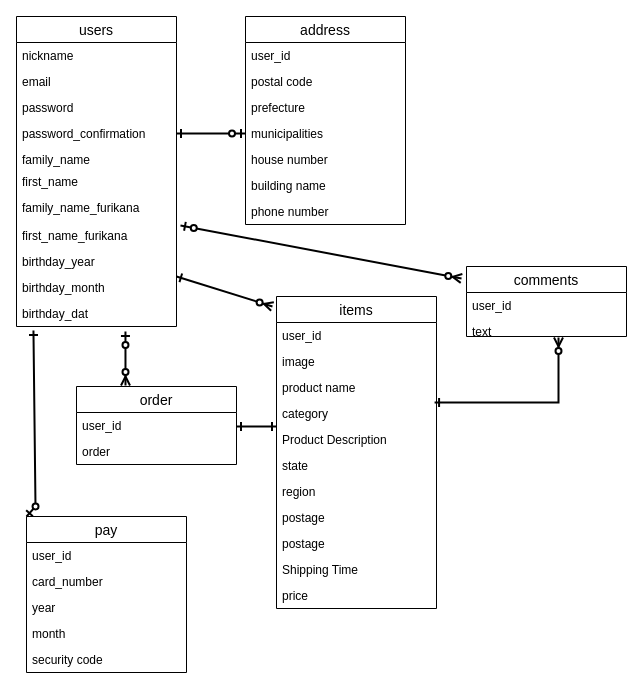
The draw.io diagram furima.dio in yukii5/furima-30416, before the edit. Source tidied: cells renumbered, new cells numbered last; positions are measured from the earlier drawing's top-left corner, leaving out a move shared by most shapes. Both pictures are drawn from the tidied source at 100%, with x=0, y=0 at pixel (16, 16).
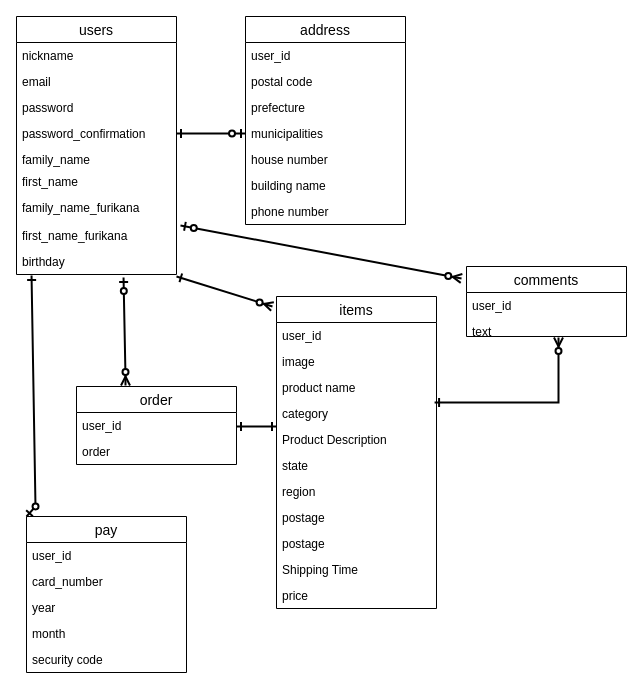
The same page after the edit.

The change refers to these unchanged cells:
```xml
<mxCell id="30" value="pay" style="swimlane;fontStyle=0;horizontal=1;startSize=26;align=center;fontSize=14;fillColor=none;gradientColor=none;" parent="1" vertex="1">
  <mxGeometry x="10" y="500" width="160" height="156" as="geometry" />
</mxCell>
```

Diff of the diagram source:
```diff
@@
     <mxCell id="2" value="users" style="swimlane;fontStyle=0;horizontal=1;startSize=26;align=center;fontSize=14;fillColor=none;gradientColor=none;" parent="1" vertex="1">
-      <mxGeometry width="160" height="310" as="geometry" />
+      <mxGeometry width="160" height="258" as="geometry" />
     </mxCell>
@@
-    <mxCell id="11" value="birthday_year" style="text;strokeColor=none;fillColor=none;spacingLeft=4;spacingRight=4;overflow=hidden;points=[[0,0.5],[1,0.5]];portConstraint=eastwest;fontSize=12;" parent="2" vertex="1">
+    <mxCell id="11" value="birthday" style="text;strokeColor=none;fillColor=none;spacingLeft=4;spacingRight=4;overflow=hidden;points=[[0,0.5],[1,0.5]];portConstraint=eastwest;fontSize=12;" parent="2" vertex="1">
       <mxGeometry y="232" width="160" height="26" as="geometry" />
     </mxCell>
-    <mxCell id="12" value="birthday_month" style="text;strokeColor=none;fillColor=none;spacingLeft=4;spacingRight=4;overflow=hidden;fontSize=12;" parent="2" vertex="1">
-      <mxGeometry y="258" width="160" height="26" as="geometry" />
-    </mxCell>
-    <mxCell id="13" value="birthday_dat" style="text;strokeColor=none;fillColor=none;spacingLeft=4;spacingRight=4;overflow=hidden;points=[[0,0.5],[1,0.5]];portConstraint=eastwest;fontSize=12;" parent="2" vertex="1">
-      <mxGeometry y="284" width="160" height="26" as="geometry" />
-    </mxCell>
@@
-    <mxCell id="23" style="fontSize=12;html=1;endArrow=ERzeroToOne;startArrow=ERone;exitX=0.106;exitY=1.154;exitDx=0;exitDy=0;exitPerimeter=0;startFill=0;endFill=1;strokeWidth=2;rounded=0;entryX=0;entryY=0;entryDx=0;entryDy=0;" parent="1" edge="1" source="13" target="30">
+    <mxCell id="23" style="fontSize=12;html=1;endArrow=ERzeroToOne;startArrow=ERone;exitX=0.094;exitY=1.038;exitDx=0;exitDy=0;exitPerimeter=0;startFill=0;endFill=1;strokeWidth=2;rounded=0;entryX=0;entryY=0;entryDx=0;entryDy=0;" parent="1" edge="1" source="11" target="30">
       <mxGeometry relative="1" as="geometry">
         <Array as="points">
           <mxPoint x="19" y="490" />
         </Array>
       </mxGeometry>
     </mxCell>
@@
-    <mxCell id="52" style="endArrow=ERzeroToMany;html=1;rounded=0;exitX=0.681;exitY=1.192;exitDx=0;exitDy=0;exitPerimeter=0;startArrow=ERzeroToOne;startFill=1;endFill=1;strokeWidth=2;" parent="1" edge="1" source="13">
+    <mxCell id="52" style="endArrow=ERzeroToMany;html=1;rounded=0;exitX=0.669;exitY=1.115;exitDx=0;exitDy=0;exitPerimeter=0;startArrow=ERzeroToOne;startFill=1;endFill=1;strokeWidth=2;" parent="1" edge="1" source="11">
       <mxGeometry relative="1" as="geometry">
         <mxPoint x="109" y="369" as="targetPoint" />
         <Array as="points">
           <mxPoint x="109" y="360" />
         </Array>
       </mxGeometry>
     </mxCell>
```
